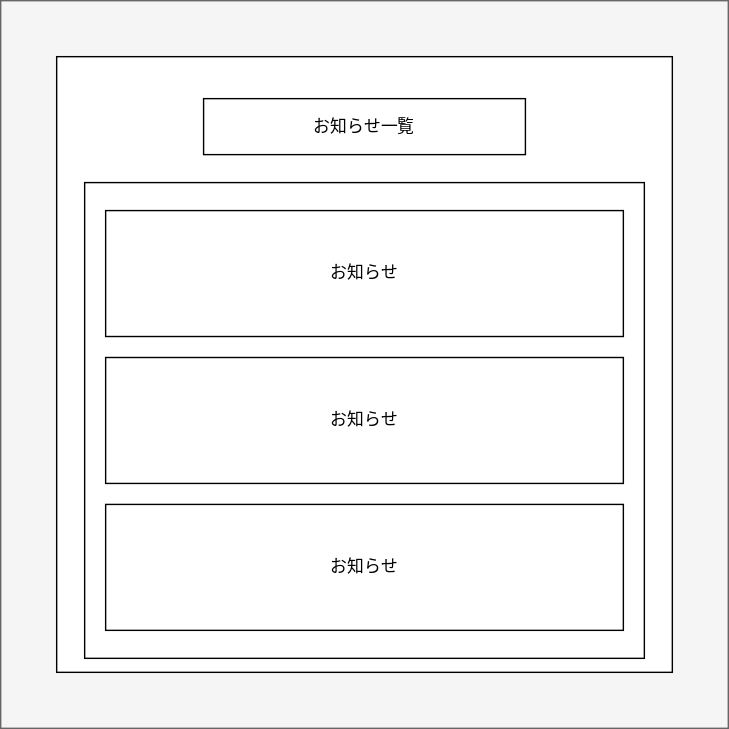
Before: SpecificationDocuments/draw/img/portfolio-informations_menu.svg, a diagram exported from draw.io (nekkiChan/Portfolio). Source tidied: cells renumbered, new cells last; positions are measured from the earlier drawing's top-left corner, leaving out a move shared by most shapes. Source of this version:
```xml
<mxGraphModel>
  <root>
    <mxCell id="0" />
    <mxCell id="1" parent="0" />
    <mxCell id="2" style="rounded=0;whiteSpace=wrap;html=1;fillColor=#f5f5f5;fontColor=#333333;strokeColor=#666666;" parent="1" vertex="1">
      <mxGeometry width="520" height="520" as="geometry" />
    </mxCell>
    <mxCell id="3" style="rounded=0;whiteSpace=wrap;html=1;" parent="1" vertex="1">
      <mxGeometry x="40" y="40" width="440" height="440" as="geometry" />
    </mxCell>
    <mxCell id="4" value="お知らせ一覧" style="rounded=0;whiteSpace=wrap;html=1;align=center;strokeColor=default;" parent="1" vertex="1">
      <mxGeometry x="145" y="70" width="230" height="40" as="geometry" />
    </mxCell>
    <mxCell id="5" style="rounded=0;whiteSpace=wrap;html=1;labelBackgroundColor=default;" parent="1" vertex="1">
      <mxGeometry x="60" y="130" width="400" height="340" as="geometry" />
    </mxCell>
    <mxCell id="6" value="お知らせ" style="rounded=0;whiteSpace=wrap;html=1;" parent="1" vertex="1">
      <mxGeometry x="75" y="255" width="370" height="90" as="geometry" />
    </mxCell>
    <mxCell id="7" value="お知らせ" style="rounded=0;whiteSpace=wrap;html=1;" parent="1" vertex="1">
      <mxGeometry x="75" y="360" width="370" height="90" as="geometry" />
    </mxCell>
    <mxCell id="8" value="お知らせ" style="rounded=0;whiteSpace=wrap;html=1;" parent="1" vertex="1">
      <mxGeometry x="75" y="150" width="370" height="90" as="geometry" />
    </mxCell>
  </root>
</mxGraphModel>
```
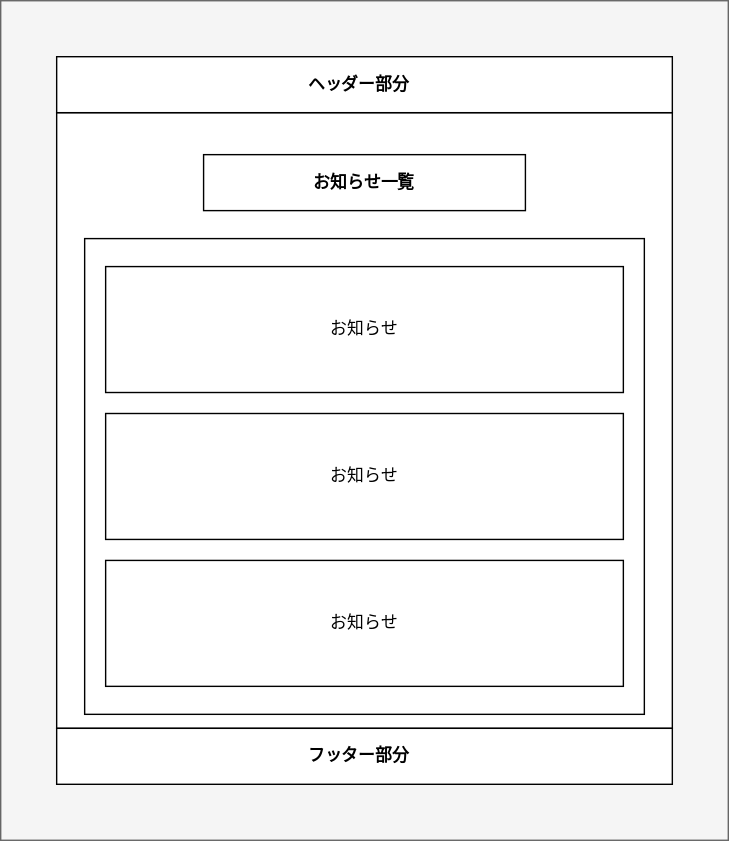
Above is the later version.

What changed in the source:
```diff
@@ -3,12 +3,12 @@
     <mxCell id="0" />
     <mxCell id="1" parent="0" />
     <mxCell id="2" style="rounded=0;whiteSpace=wrap;html=1;fillColor=#f5f5f5;fontColor=#333333;strokeColor=#666666;" parent="1" vertex="1">
-      <mxGeometry width="520" height="520" as="geometry" />
+      <mxGeometry y="-40" width="520" height="600" as="geometry" />
     </mxCell>
     <mxCell id="3" style="rounded=0;whiteSpace=wrap;html=1;" parent="1" vertex="1">
       <mxGeometry x="40" y="40" width="440" height="440" as="geometry" />
     </mxCell>
-    <mxCell id="4" value="お知らせ一覧" style="rounded=0;whiteSpace=wrap;html=1;align=center;strokeColor=default;" parent="1" vertex="1">
+    <mxCell id="4" value="&lt;b&gt;お知らせ一覧&lt;/b&gt;" style="rounded=0;whiteSpace=wrap;html=1;align=center;strokeColor=default;" parent="1" vertex="1">
       <mxGeometry x="145" y="70" width="230" height="40" as="geometry" />
     </mxCell>
     <mxCell id="5" style="rounded=0;whiteSpace=wrap;html=1;labelBackgroundColor=default;" parent="1" vertex="1">
@@ -23,5 +23,11 @@
     <mxCell id="8" value="お知らせ" style="rounded=0;whiteSpace=wrap;html=1;" parent="1" vertex="1">
       <mxGeometry x="75" y="150" width="370" height="90" as="geometry" />
     </mxCell>
+    <mxCell id="9" value="&lt;div style=&quot;&quot;&gt;&lt;b&gt;&lt;span style=&quot;background-color: initial;&quot;&gt;フッター部分&lt;/span&gt;&lt;span style=&quot;background-color: initial; white-space: pre;&quot;&gt;&#9;&lt;/span&gt;&lt;/b&gt;&lt;/div&gt;" style="rounded=0;whiteSpace=wrap;html=1;align=center;" parent="1" vertex="1">
+      <mxGeometry x="40" y="480" width="440" height="40" as="geometry" />
+    </mxCell>
+    <mxCell id="10" value="&lt;b&gt;ヘッダー部分&lt;span style=&quot;white-space: pre;&quot;&gt;&#9;&lt;/span&gt;&lt;/b&gt;" style="rounded=0;whiteSpace=wrap;html=1;align=center;" parent="1" vertex="1">
+      <mxGeometry x="40" width="440" height="40" as="geometry" />
+    </mxCell>
   </root>
 </mxGraphModel>
```
